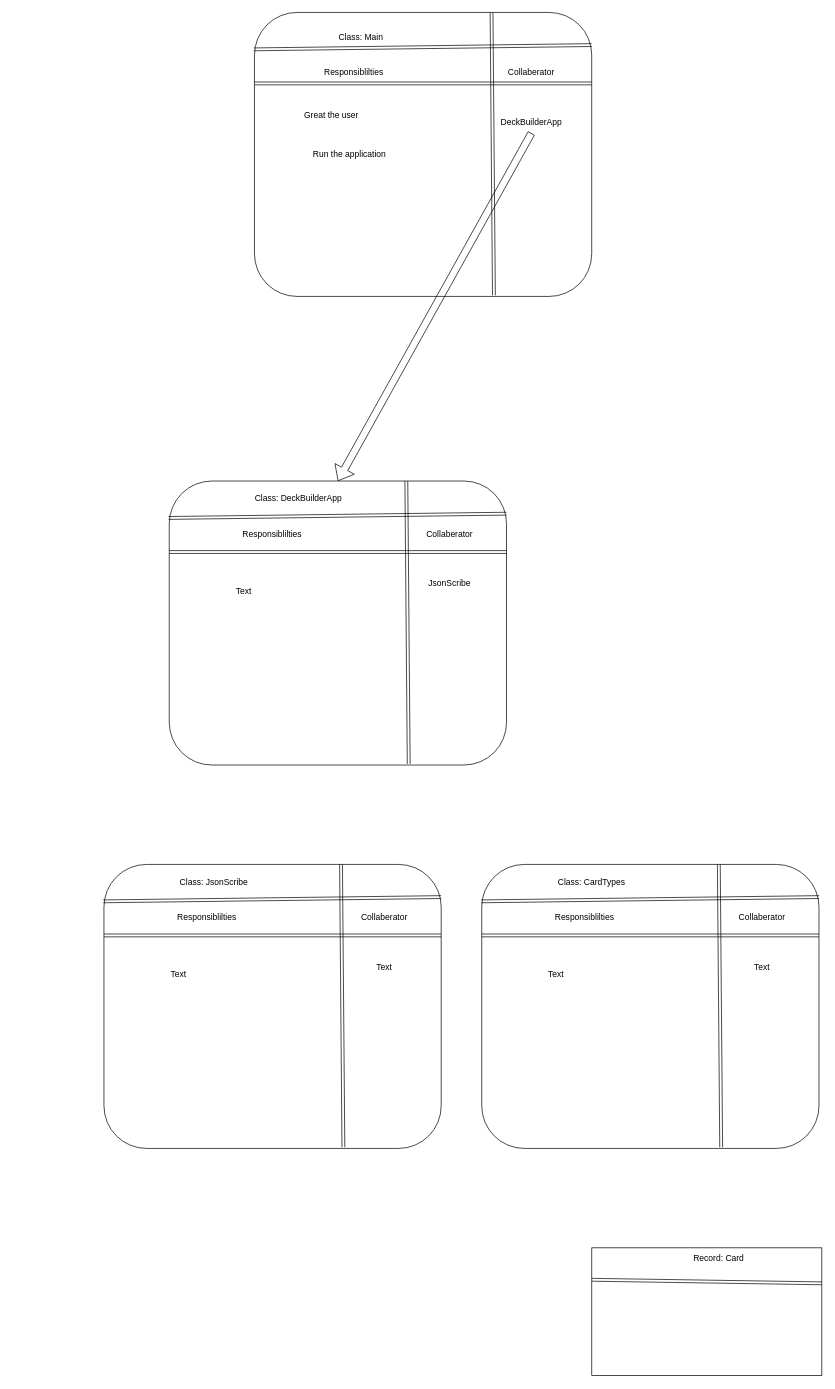
Earlier version of the draw.io diagram crc.drawio (ADollar4750/ObjectFinalProj). Source tidied: cells renumbered, new cells numbered last; positions are measured from the earlier drawing's top-left corner, leaving out a move shared by most shapes. Both pictures are drawn from the tidied source at 71%, with x=0, y=0 at pixel (104, 12).
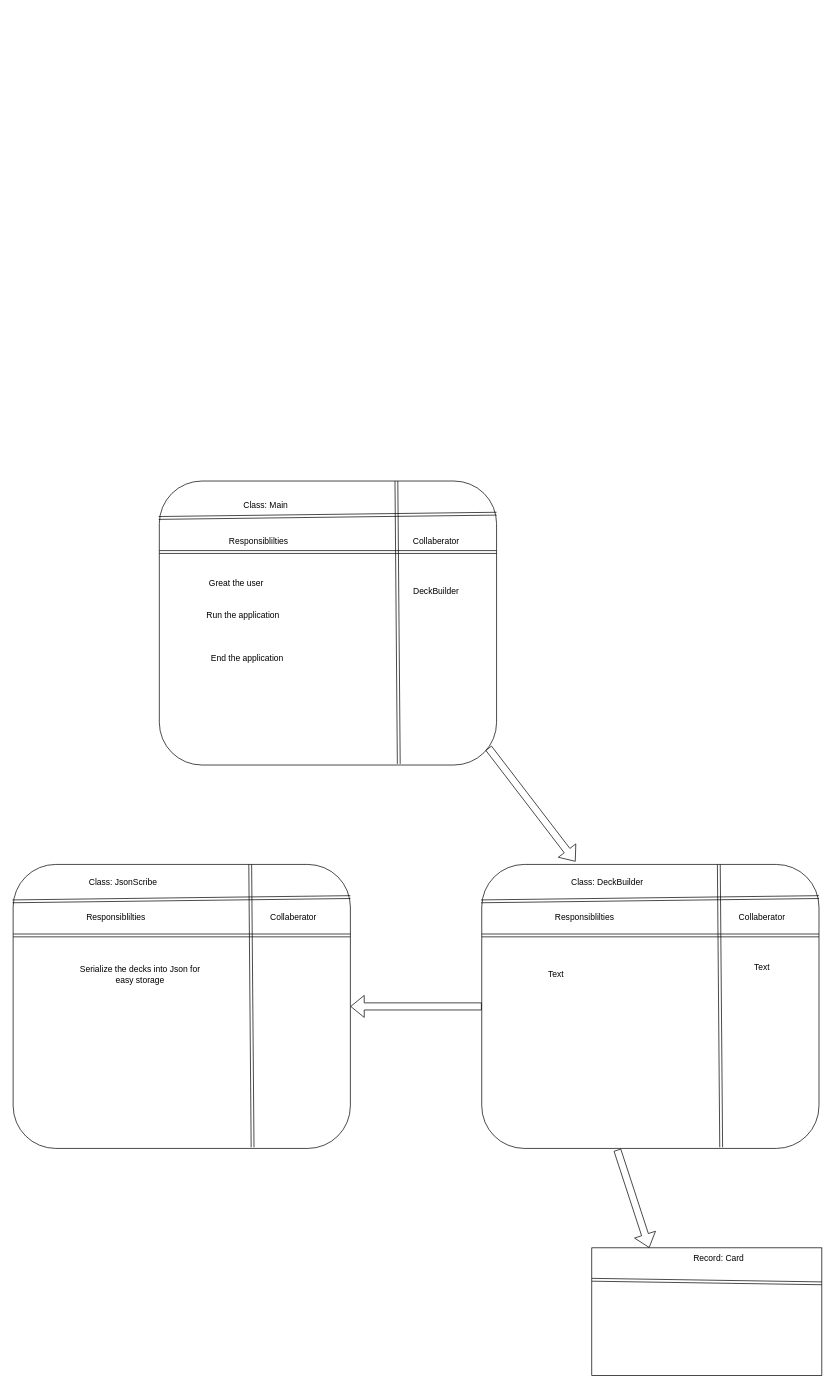
Above is the later version.

The change refers to these unchanged cells:
```xml
<mxCell id="20" style="rounded=1;whiteSpace=wrap;html=1;" parent="1" vertex="1">
  <mxGeometry x="532" y="1200" width="475" height="400" as="geometry" />
</mxCell>
<mxCell id="40" style="rounded=0;whiteSpace=wrap;html=1;" parent="1" vertex="1">
  <mxGeometry x="687" y="1740" width="324" height="180" as="geometry" />
</mxCell>
```

Diff of the diagram source:
```diff
@@
     <mxCell id="2" style="rounded=1;whiteSpace=wrap;html=1;" parent="1" vertex="1">
-      <mxGeometry x="211.9" width="475" height="400" as="geometry" />
+      <mxGeometry x="77.9" y="660" width="475" height="400" as="geometry" />
     </mxCell>
@@
     <mxCell id="5" value="Class: Main" style="text;html=1;strokeColor=none;fillColor=none;align=center;verticalAlign=middle;whiteSpace=wrap;rounded=0;" parent="1" vertex="1">
-      <mxGeometry x="311.9" y="20" width="100" height="30" as="geometry" />
+      <mxGeometry x="177.9" y="680" width="100" height="30" as="geometry" />
     </mxCell>
-    <mxCell id="6" value="DeckBuilderApp" style="text;html=1;strokeColor=none;fillColor=none;align=center;verticalAlign=middle;whiteSpace=wrap;rounded=0;" parent="1" vertex="1">
-      <mxGeometry x="572" y="140" width="60" height="30" as="geometry" />
+    <mxCell id="6" value="DeckBuilder" style="text;html=1;strokeColor=none;fillColor=none;align=center;verticalAlign=middle;whiteSpace=wrap;rounded=0;" parent="1" vertex="1">
+      <mxGeometry x="437.9" y="800" width="60" height="30" as="geometry" />
     </mxCell>
     <mxCell id="7" value="Great the user" style="text;html=1;strokeColor=none;fillColor=none;align=center;verticalAlign=middle;whiteSpace=wrap;rounded=0;" parent="1" vertex="1">
-      <mxGeometry x="271" y="130" width="99" height="30" as="geometry" />
+      <mxGeometry x="136.9" y="790" width="99" height="30" as="geometry" />
     </mxCell>
     <mxCell id="8" value="Collaberator" style="text;html=1;strokeColor=none;fillColor=none;align=center;verticalAlign=middle;whiteSpace=wrap;rounded=0;" parent="1" vertex="1">
-      <mxGeometry x="572" y="70" width="60" height="30" as="geometry" />
+      <mxGeometry x="437.9" y="730" width="60" height="30" as="geometry" />
     </mxCell>
@@
     <mxCell id="10" value="Responsiblilties" style="text;html=1;strokeColor=none;fillColor=none;align=center;verticalAlign=middle;whiteSpace=wrap;rounded=0;" parent="1" vertex="1">
-      <mxGeometry x="321.9" y="70" width="60" height="30" as="geometry" />
+      <mxGeometry x="187.9" y="730" width="60" height="30" as="geometry" />
     </mxCell>
     <mxCell id="11" style="rounded=1;whiteSpace=wrap;html=1;" parent="1" vertex="1">
-      <mxGeometry x="-0.1" y="1200" width="475" height="400" as="geometry" />
+      <mxGeometry x="-128" y="1200" width="475" height="400" as="geometry" />
     </mxCell>
@@
     <mxCell id="14" value="Class: JsonScribe" style="text;html=1;strokeColor=none;fillColor=none;align=center;verticalAlign=middle;whiteSpace=wrap;rounded=0;" parent="1" vertex="1">
-      <mxGeometry x="104.9" y="1210" width="100" height="30" as="geometry" />
+      <mxGeometry x="-23" y="1210" width="100" height="30" as="geometry" />
     </mxCell>
-    <mxCell id="15" value="Text" style="text;html=1;strokeColor=none;fillColor=none;align=center;verticalAlign=middle;whiteSpace=wrap;rounded=0;" parent="1" vertex="1">
-      <mxGeometry x="364.9" y="1330" width="60" height="30" as="geometry" />
-    </mxCell>
-    <mxCell id="16" value="Text" style="text;html=1;strokeColor=none;fillColor=none;align=center;verticalAlign=middle;whiteSpace=wrap;rounded=0;" parent="1" vertex="1">
-      <mxGeometry x="74.9" y="1340" width="60" height="30" as="geometry" />
+    <mxCell id="16" value="Serialize the decks into Json for easy storage" style="text;html=1;strokeColor=none;fillColor=none;align=center;verticalAlign=middle;whiteSpace=wrap;rounded=0;" parent="1" vertex="1">
+      <mxGeometry x="-49" y="1340" width="200" height="30" as="geometry" />
     </mxCell>
     <mxCell id="17" value="Collaberator" style="text;html=1;strokeColor=none;fillColor=none;align=center;verticalAlign=middle;whiteSpace=wrap;rounded=0;" parent="1" vertex="1">
-      <mxGeometry x="364.9" y="1260" width="60" height="30" as="geometry" />
+      <mxGeometry x="237" y="1260" width="60" height="30" as="geometry" />
     </mxCell>
@@
     <mxCell id="19" value="Responsiblilties" style="text;html=1;strokeColor=none;fillColor=none;align=center;verticalAlign=middle;whiteSpace=wrap;rounded=0;" parent="1" vertex="1">
-      <mxGeometry x="114.9" y="1260" width="60" height="30" as="geometry" />
+      <mxGeometry x="-13" y="1260" width="60" height="30" as="geometry" />
     </mxCell>
@@
-    <mxCell id="23" value="Class: CardTypes" style="text;html=1;strokeColor=none;fillColor=none;align=center;verticalAlign=middle;whiteSpace=wrap;rounded=0;" parent="1" vertex="1">
-      <mxGeometry x="637" y="1210" width="100" height="30" as="geometry" />
+    <mxCell id="23" value="Class: DeckBuilder" style="text;html=1;strokeColor=none;fillColor=none;align=center;verticalAlign=middle;whiteSpace=wrap;rounded=0;" parent="1" vertex="1">
+      <mxGeometry x="637" y="1210" width="144.1" height="30" as="geometry" />
     </mxCell>
@@
-    <mxCell id="29" style="rounded=1;whiteSpace=wrap;html=1;" parent="1" vertex="1">
-      <mxGeometry x="91.9" y="660" width="475" height="400" as="geometry" />
-    </mxCell>
-    <mxCell id="30" style="shape=link;html=1;exitX=0;exitY=0.25;exitDx=0;exitDy=0;entryX=1;entryY=0.25;entryDx=0;entryDy=0;" parent="1" edge="1" source="29" target="29">
-      <mxGeometry relative="1" as="geometry" />
-    </mxCell>
-    <mxCell id="31" style="shape=link;html=1;entryX=0.71;entryY=0.996;entryDx=0;entryDy=0;entryPerimeter=0;exitX=0.703;exitY=0;exitDx=0;exitDy=0;exitPerimeter=0;" parent="1" edge="1" source="29" target="29">
-      <mxGeometry relative="1" as="geometry" />
-    </mxCell>
-    <mxCell id="32" value="Class: DeckBuilderApp" style="text;html=1;strokeColor=none;fillColor=none;align=center;verticalAlign=middle;whiteSpace=wrap;rounded=0;" parent="1" vertex="1">
-      <mxGeometry x="196.9" y="670" width="154.1" height="30" as="geometry" />
-    </mxCell>
-    <mxCell id="33" value="JsonScribe" style="text;html=1;strokeColor=none;fillColor=none;align=center;verticalAlign=middle;whiteSpace=wrap;rounded=0;" parent="1" vertex="1">
-      <mxGeometry x="457" y="790" width="60" height="30" as="geometry" />
-    </mxCell>
-    <mxCell id="34" value="Text" style="text;html=1;strokeColor=none;fillColor=none;align=center;verticalAlign=middle;whiteSpace=wrap;rounded=0;" parent="1" vertex="1">
-      <mxGeometry x="166.9" y="800" width="60" height="30" as="geometry" />
-    </mxCell>
-    <mxCell id="35" value="Collaberator" style="text;html=1;strokeColor=none;fillColor=none;align=center;verticalAlign=middle;whiteSpace=wrap;rounded=0;" parent="1" vertex="1">
-      <mxGeometry x="457" y="720" width="60" height="30" as="geometry" />
-    </mxCell>
-    <mxCell id="36" style="shape=link;html=1;exitX=-0.002;exitY=0.13;exitDx=0;exitDy=0;exitPerimeter=0;entryX=1;entryY=0.115;entryDx=0;entryDy=0;entryPerimeter=0;" parent="1" edge="1" source="29" target="29">
-      <mxGeometry relative="1" as="geometry" />
-    </mxCell>
-    <mxCell id="37" value="Responsiblilties" style="text;html=1;strokeColor=none;fillColor=none;align=center;verticalAlign=middle;whiteSpace=wrap;rounded=0;" parent="1" vertex="1">
-      <mxGeometry x="206.9" y="720" width="60" height="30" as="geometry" />
-    </mxCell>
     <mxCell id="38" value="Run the application" style="text;html=1;strokeColor=none;fillColor=none;align=center;verticalAlign=middle;whiteSpace=wrap;rounded=0;" parent="1" vertex="1">
-      <mxGeometry x="281" y="180" width="130" height="40" as="geometry" />
+      <mxGeometry x="131" y="830" width="130" height="40" as="geometry" />
     </mxCell>
-    <mxCell id="39" style="shape=flexArrow;endArrow=classic;html=1;entryX=0.5;entryY=0;entryDx=0;entryDy=0;exitX=0.5;exitY=1;exitDx=0;exitDy=0;" parent="1" edge="1" source="6" target="29">
-      <mxGeometry relative="1" as="geometry" />
-    </mxCell>
@@
+    <mxCell id="43" style="shape=flexArrow;endArrow=classic;html=1;entryX=0.278;entryY=-0.01;entryDx=0;entryDy=0;entryPerimeter=0;exitX=0.976;exitY=0.94;exitDx=0;exitDy=0;exitPerimeter=0;" parent="1" edge="1" source="2" target="20">
+      <mxGeometry relative="1" as="geometry" />
+    </mxCell>
+    <mxCell id="44" style="shape=flexArrow;endArrow=classic;html=1;exitX=0.402;exitY=1.005;exitDx=0;exitDy=0;exitPerimeter=0;entryX=0.25;entryY=0;entryDx=0;entryDy=0;" parent="1" edge="1" source="20" target="40">
+      <mxGeometry relative="1" as="geometry" />
+    </mxCell>
+    <mxCell id="45" style="shape=flexArrow;endArrow=classic;html=1;" parent="1" edge="1" source="20" target="11">
+      <mxGeometry relative="1" as="geometry" />
+    </mxCell>
+    <mxCell id="46" value="End the application" style="text;html=1;strokeColor=none;fillColor=none;align=center;verticalAlign=middle;whiteSpace=wrap;rounded=0;" parent="1" vertex="1">
+      <mxGeometry x="136.9" y="890" width="130" height="40" as="geometry" />
+    </mxCell>
```
